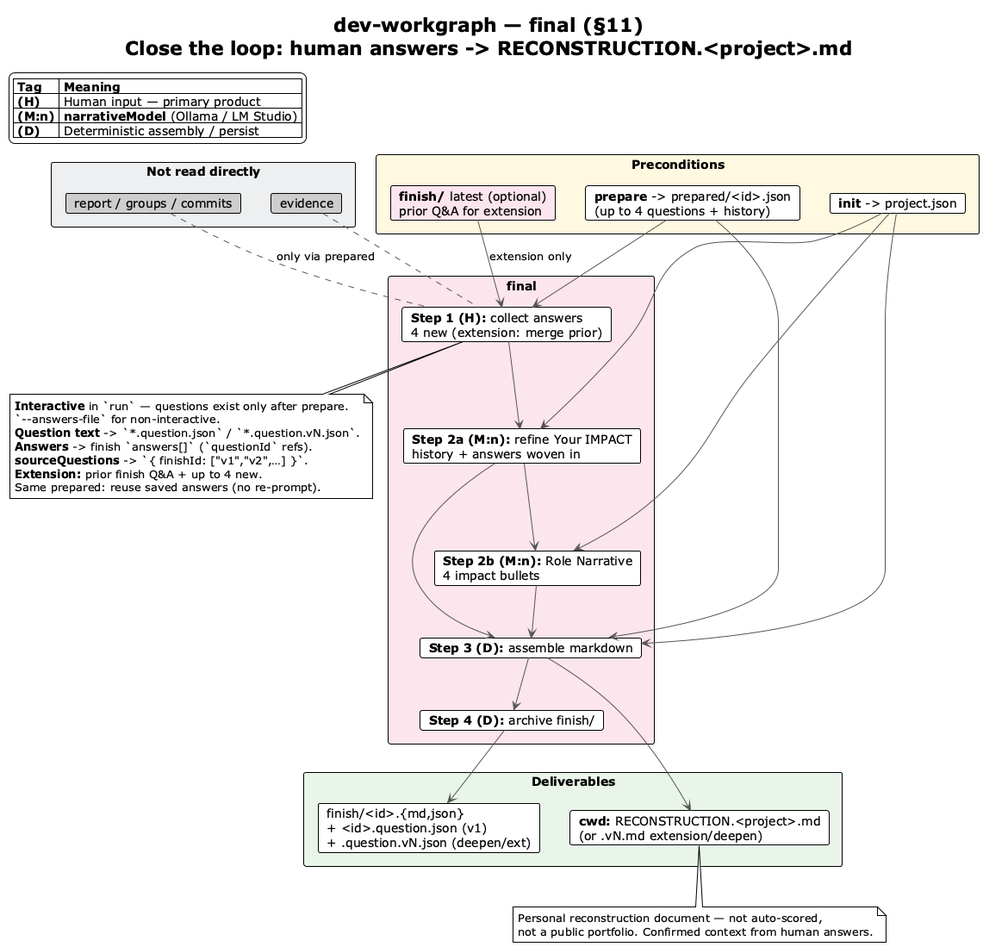
Earlier version of the PlantUML export img/final-overview.png (vzakharchenko/dev-workgraph).
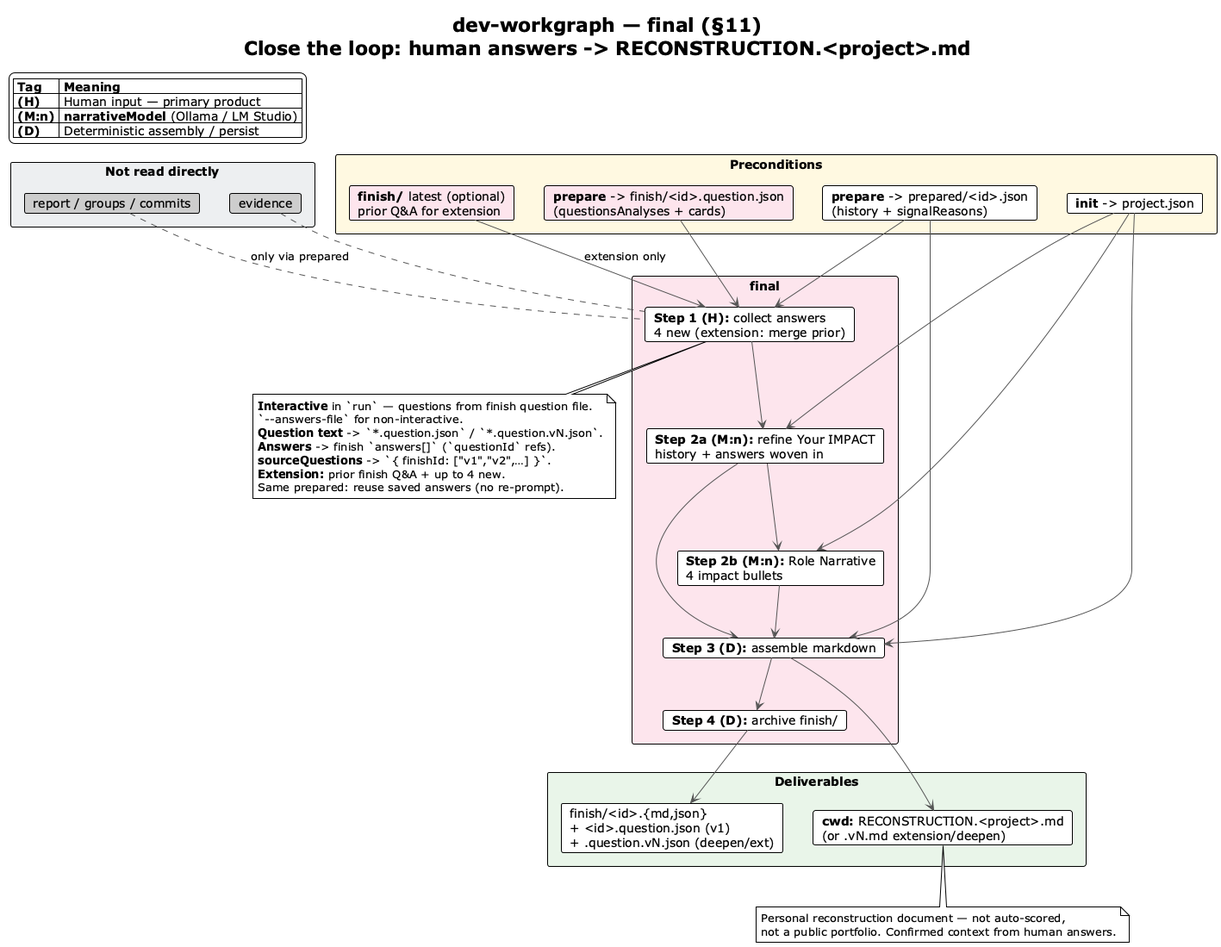
Later version of the same file.

Change to the diagram source:
```diff
@@ -13,7 +13,8 @@
 endlegend
 
 rectangle "**Preconditions**" #FFF8E1 {
-  card "**prepare** -> prepared/<id>.json\n(up to 4 questions + history)" as PREP
+  card "**prepare** -> prepared/<id>.json\n(history + signalReasons)" as PREP
+  card "**prepare** -> finish/<id>.question.json\n(questionsAnalyses + cards)" as FQ #FCE4EC
   card "**finish/** latest (optional)\nprior Q&A for extension" as PFIN #FCE4EC
   card "**init** -> project.json" as INIT
 }
@@ -37,6 +38,7 @@
 }
 
 PREP --> S1
+FQ --> S1
 PFIN --> S1 : extension only
 INIT --> S2A
 INIT --> S2B
@@ -54,7 +56,7 @@
 E .. S1
 
 note bottom of S1
-  **Interactive** in `run` — questions exist only after prepare.
+  **Interactive** in `run` — questions from finish question file.
   `--answers-file` for non-interactive.
   **Question text** -> `*.question.json` / `*.question.vN.json`.
   **Answers** -> finish `answers[]` (`questionId` refs).
```
